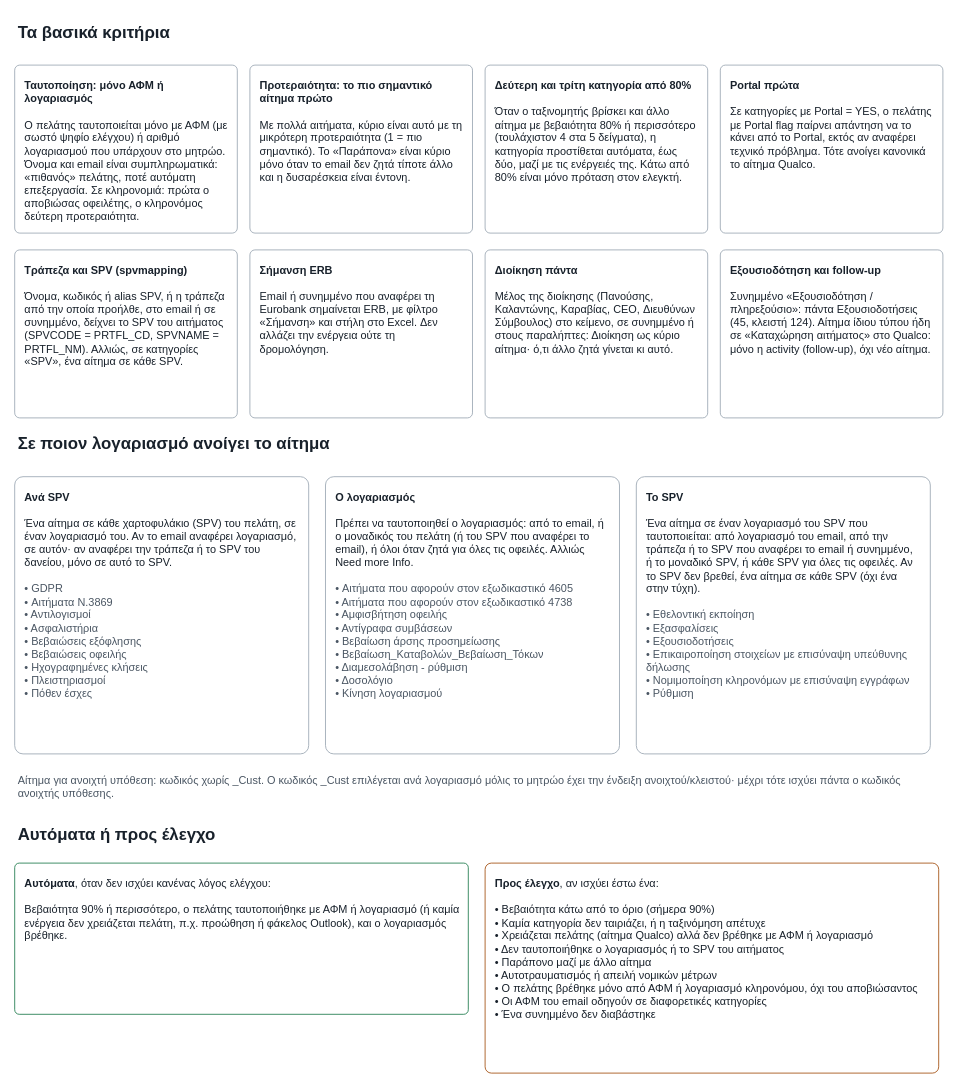
nicoleplak/email-classification keeps this draw.io diagram as page "2 Κριτήρια και λογαριασμός" (2 of 6) of docs/decision_rules.drawio. Above is the earlier version. Source tidied: cells renumbered, new cells numbered last; positions are measured from the earlier drawing's top-left corner, leaving out a move shared by most shapes. Both pictures are drawn from the tidied source at 84%, with x=0, y=0 at pixel (14, 14).
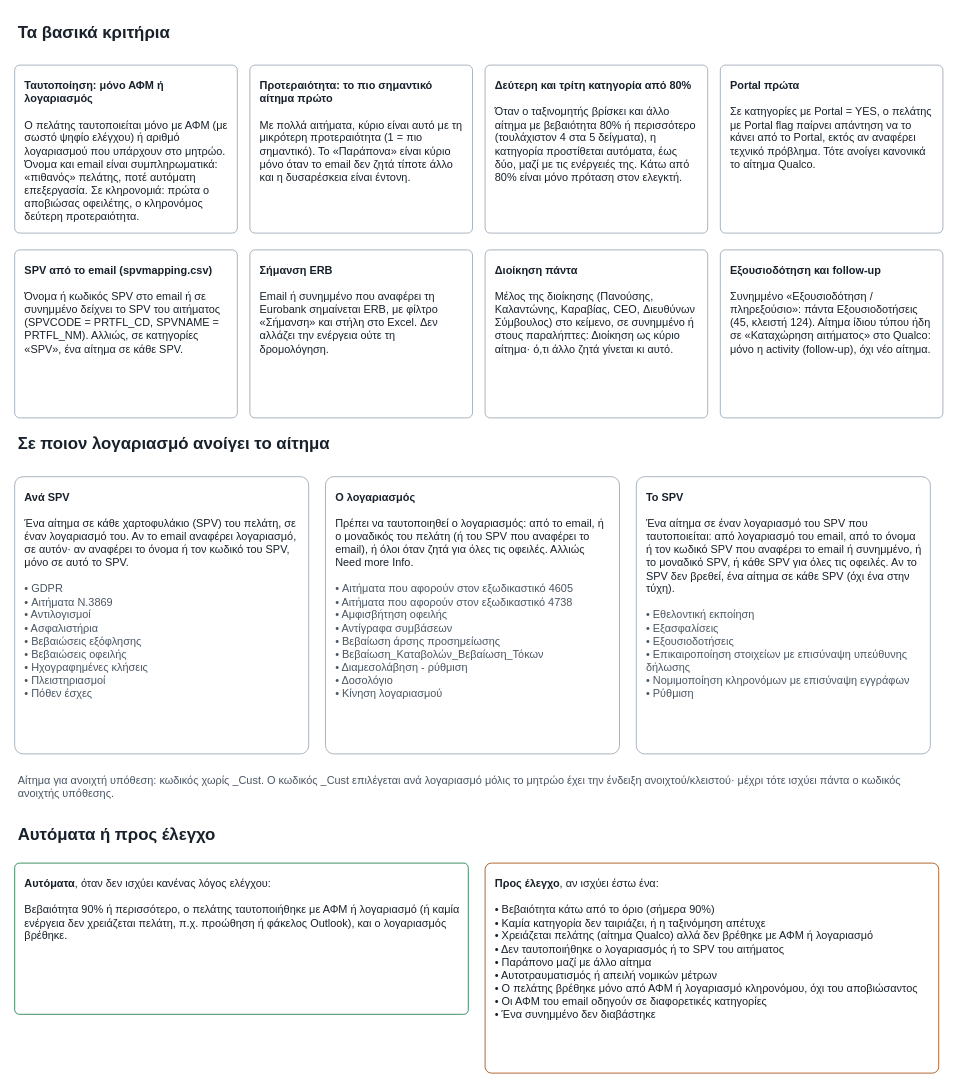
The same diagram, later.

What changed in the source:
```diff
@@
 <mxGraphModel>
   <root>
     <mxCell id="0" />
     <mxCell id="1" parent="0" />
     <mxCell id="2" value="&lt;b style=&quot;font-size:20px&quot;&gt;Τα βασικά κριτήρια&lt;/b&gt;" style="text;html=1;whiteSpace=wrap;align=left;verticalAlign=top;fontFamily=Helvetica;fontColor=#18212B;fontSize=13;spacing=4;" parent="1" vertex="1">
       <mxGeometry width="1100" height="40" as="geometry" />
     </mxCell>
     <mxCell id="3" value="&lt;b&gt;Ταυτοποίηση: μόνο ΑΦΜ ή λογαριασμός&lt;/b&gt;&lt;br&gt;&lt;br&gt;Ο πελάτης ταυτοποιείται μόνο με ΑΦΜ (με σωστό ψηφίο ελέγχου) ή αριθμό λογαριασμού που υπάρχουν στο μητρώο. Όνομα και email είναι συμπληρωματικά: «πιθανός» πελάτης, ποτέ αυτόματη επεξεργασία. Σε κληρονομιά: πρώτα ο αποβιώσας οφειλέτης, ο κληρονόμος δεύτερη προτεραιότητα." style="rounded=1;arcSize=3;whiteSpace=wrap;html=1;align=left;verticalAlign=top;spacing=12;fillColor=#FFFFFF;strokeColor=#9AA6B2;fontFamily=Helvetica;fontColor=#18212B;fontSize=12;fontSize=13;" parent="1" vertex="1">
       <mxGeometry y="60" width="265" height="200" as="geometry" />
     </mxCell>
     <mxCell id="4" value="&lt;b&gt;Προτεραιότητα: το πιο σημαντικό αίτημα πρώτο&lt;/b&gt;&lt;br&gt;&lt;br&gt;Με πολλά αιτήματα, κύριο είναι αυτό με τη μικρότερη προτεραιότητα (1 = πιο σημαντικό). Το «Παράπονα» είναι κύριο μόνο όταν το email δεν ζητά τίποτε άλλο και η δυσαρέσκεια είναι έντονη." style="rounded=1;arcSize=3;whiteSpace=wrap;html=1;align=left;verticalAlign=top;spacing=12;fillColor=#FFFFFF;strokeColor=#9AA6B2;fontFamily=Helvetica;fontColor=#18212B;fontSize=12;fontSize=13;" parent="1" vertex="1">
       <mxGeometry x="280" y="60" width="265" height="200" as="geometry" />
     </mxCell>
     <mxCell id="5" value="&lt;b&gt;Δεύτερη και τρίτη κατηγορία από 80%&lt;/b&gt;&lt;br&gt;&lt;br&gt;Όταν ο ταξινομητής βρίσκει και άλλο αίτημα με βεβαιότητα 80% ή περισσότερο (τουλάχιστον 4 στα 5 δείγματα), η κατηγορία προστίθεται αυτόματα, έως δύο, μαζί με τις ενέργειές της. Κάτω από 80% είναι μόνο πρόταση στον ελεγκτή." style="rounded=1;arcSize=3;whiteSpace=wrap;html=1;align=left;verticalAlign=top;spacing=12;fillColor=#FFFFFF;strokeColor=#9AA6B2;fontFamily=Helvetica;fontColor=#18212B;fontSize=12;fontSize=13;" parent="1" vertex="1">
       <mxGeometry x="560" y="60" width="265" height="200" as="geometry" />
     </mxCell>
     <mxCell id="6" value="&lt;b&gt;Portal πρώτα&lt;/b&gt;&lt;br&gt;&lt;br&gt;Σε κατηγορίες με Portal = YES, ο πελάτης με Portal flag παίρνει απάντηση να το κάνει από το Portal, εκτός αν αναφέρει τεχνικό πρόβλημα. Τότε ανοίγει κανονικά το αίτημα Qualco." style="rounded=1;arcSize=3;whiteSpace=wrap;html=1;align=left;verticalAlign=top;spacing=12;fillColor=#FFFFFF;strokeColor=#9AA6B2;fontFamily=Helvetica;fontColor=#18212B;fontSize=12;fontSize=13;" parent="1" vertex="1">
       <mxGeometry x="840" y="60" width="265" height="200" as="geometry" />
     </mxCell>
-    <mxCell id="7" value="&lt;b&gt;Τράπεζα και SPV (spvmapping)&lt;/b&gt;&lt;br&gt;&lt;br&gt;Όνομα, κωδικός ή alias SPV, ή η τράπεζα από την οποία προήλθε, στο email ή σε συνημμένο, δείχνει το SPV του αιτήματος (SPVCODE = PRTFL_CD, SPVNAME = PRTFL_NM). Αλλιώς, σε κατηγορίες «SPV», ένα αίτημα σε κάθε SPV." style="rounded=1;arcSize=3;whiteSpace=wrap;html=1;align=left;verticalAlign=top;spacing=12;fillColor=#FFFFFF;strokeColor=#9AA6B2;fontFamily=Helvetica;fontColor=#18212B;fontSize=12;fontSize=13;" parent="1" vertex="1">
+    <mxCell id="7" value="&lt;b&gt;SPV από το email (spvmapping.csv)&lt;/b&gt;&lt;br&gt;&lt;br&gt;Όνομα ή κωδικός SPV στο email ή σε συνημμένο δείχνει το SPV του αιτήματος (SPVCODE = PRTFL_CD, SPVNAME = PRTFL_NM). Αλλιώς, σε κατηγορίες «SPV», ένα αίτημα σε κάθε SPV." style="rounded=1;arcSize=3;whiteSpace=wrap;html=1;align=left;verticalAlign=top;spacing=12;fillColor=#FFFFFF;strokeColor=#9AA6B2;fontFamily=Helvetica;fontColor=#18212B;fontSize=12;fontSize=13;" parent="1" vertex="1">
       <mxGeometry y="280" width="265" height="200" as="geometry" />
     </mxCell>
     <mxCell id="8" value="&lt;b&gt;Σήμανση ERB&lt;/b&gt;&lt;br&gt;&lt;br&gt;Email ή συνημμένο που αναφέρει τη Eurobank σημαίνεται ERB, με φίλτρο «Σήμανση» και στήλη στο Excel. Δεν αλλάζει την ενέργεια ούτε τη δρομολόγηση." style="rounded=1;arcSize=3;whiteSpace=wrap;html=1;align=left;verticalAlign=top;spacing=12;fillColor=#FFFFFF;strokeColor=#9AA6B2;fontFamily=Helvetica;fontColor=#18212B;fontSize=12;fontSize=13;" parent="1" vertex="1">
       <mxGeometry x="280" y="280" width="265" height="200" as="geometry" />
     </mxCell>
     <mxCell id="9" value="&lt;b&gt;Διοίκηση πάντα&lt;/b&gt;&lt;br&gt;&lt;br&gt;Μέλος της διοίκησης (Πανούσης, Καλαντώνης, Καραβίας, CEO, Διευθύνων Σύμβουλος) στο κείμενο, σε συνημμένο ή στους παραλήπτες: Διοίκηση ως κύριο αίτημα· ό,τι άλλο ζητά γίνεται κι αυτό." style="rounded=1;arcSize=3;whiteSpace=wrap;html=1;align=left;verticalAlign=top;spacing=12;fillColor=#FFFFFF;strokeColor=#9AA6B2;fontFamily=Helvetica;fontColor=#18212B;fontSize=12;fontSize=13;" parent="1" vertex="1">
       <mxGeometry x="560" y="280" width="265" height="200" as="geometry" />
     </mxCell>
     <mxCell id="10" value="&lt;b&gt;Εξουσιοδότηση και follow-up&lt;/b&gt;&lt;br&gt;&lt;br&gt;Συνημμένο «Εξουσιοδότηση / πληρεξούσιο»: πάντα Εξουσιοδοτήσεις (45, κλειστή 124). Αίτημα ίδιου τύπου ήδη σε «Καταχώρηση αιτήματος» στο Qualco: μόνο η activity (follow-up), όχι νέο αίτημα." style="rounded=1;arcSize=3;whiteSpace=wrap;html=1;align=left;verticalAlign=top;spacing=12;fillColor=#FFFFFF;strokeColor=#9AA6B2;fontFamily=Helvetica;fontColor=#18212B;fontSize=12;fontSize=13;" parent="1" vertex="1">
       <mxGeometry x="840" y="280" width="265" height="200" as="geometry" />
     </mxCell>
     <mxCell id="11" value="&lt;b style=&quot;font-size:20px&quot;&gt;Σε ποιον λογαριασμό ανοίγει το αίτημα&lt;/b&gt;" style="text;html=1;whiteSpace=wrap;align=left;verticalAlign=top;fontFamily=Helvetica;fontColor=#18212B;fontSize=13;spacing=4;" parent="1" vertex="1">
       <mxGeometry y="490" width="1100" height="40" as="geometry" />
     </mxCell>
-    <mxCell id="12" value="&lt;b&gt;Ανά SPV&lt;/b&gt;&lt;br&gt;&lt;br&gt;Ένα αίτημα σε κάθε χαρτοφυλάκιο (SPV) του πελάτη, σε έναν λογαριασμό του. Αν το email αναφέρει λογαριασμό, σε αυτόν· αν αναφέρει την τράπεζα ή το SPV του δανείου, μόνο σε αυτό το SPV.&lt;br&gt;&lt;br&gt;&lt;font color=&quot;#4A5663&quot;&gt;• GDPR&lt;br&gt;• Αιτήματα Ν.3869&lt;br&gt;• Αντιλογισμοί&lt;br&gt;• Ασφαλιστήρια&lt;br&gt;• Βεβαιώσεις εξόφλησης&lt;br&gt;• Βεβαιώσεις οφειλής&lt;br&gt;• Ηχογραφημένες κλήσεις&lt;br&gt;• Πλειστηριασμοί&lt;br&gt;• Πόθεν έσχες&lt;/font&gt;" style="rounded=1;arcSize=3;whiteSpace=wrap;html=1;align=left;verticalAlign=top;spacing=12;fillColor=#FFFFFF;strokeColor=#9AA6B2;fontFamily=Helvetica;fontColor=#18212B;fontSize=12;fontSize=13;" parent="1" vertex="1">
+    <mxCell id="12" value="&lt;b&gt;Ανά SPV&lt;/b&gt;&lt;br&gt;&lt;br&gt;Ένα αίτημα σε κάθε χαρτοφυλάκιο (SPV) του πελάτη, σε έναν λογαριασμό του. Αν το email αναφέρει λογαριασμό, σε αυτόν· αν αναφέρει το όνομα ή τον κωδικό του SPV, μόνο σε αυτό το SPV.&lt;br&gt;&lt;br&gt;&lt;font color=&quot;#4A5663&quot;&gt;• GDPR&lt;br&gt;• Αιτήματα Ν.3869&lt;br&gt;• Αντιλογισμοί&lt;br&gt;• Ασφαλιστήρια&lt;br&gt;• Βεβαιώσεις εξόφλησης&lt;br&gt;• Βεβαιώσεις οφειλής&lt;br&gt;• Ηχογραφημένες κλήσεις&lt;br&gt;• Πλειστηριασμοί&lt;br&gt;• Πόθεν έσχες&lt;/font&gt;" style="rounded=1;arcSize=3;whiteSpace=wrap;html=1;align=left;verticalAlign=top;spacing=12;fillColor=#FFFFFF;strokeColor=#9AA6B2;fontFamily=Helvetica;fontColor=#18212B;fontSize=12;fontSize=13;" parent="1" vertex="1">
       <mxGeometry y="550" width="350" height="330" as="geometry" />
     </mxCell>
     <mxCell id="13" value="&lt;b&gt;Ο λογαριασμός&lt;/b&gt;&lt;br&gt;&lt;br&gt;Πρέπει να ταυτοποιηθεί ο λογαριασμός: από το email, ή ο μοναδικός του πελάτη (ή του SPV που αναφέρει το email), ή όλοι όταν ζητά για όλες τις οφειλές. Αλλιώς Need more Info.&lt;br&gt;&lt;br&gt;&lt;font color=&quot;#4A5663&quot;&gt;• Αιτήματα που αφορούν στον εξωδικαστικό 4605&lt;br&gt;• Αιτήματα που αφορούν στον εξωδικαστικό 4738&lt;br&gt;• Αμφισβήτηση οφειλής&lt;br&gt;• Αντίγραφα συμβάσεων&lt;br&gt;• Βεβαίωση άρσης προσημείωσης&lt;br&gt;• Βεβαίωση_Καταβολών_Βεβαίωση_Τόκων&lt;br&gt;• Διαμεσολάβηση - ρύθμιση&lt;br&gt;• Δοσολόγιο&lt;br&gt;• Κίνηση λογαριασμού&lt;/font&gt;" style="rounded=1;arcSize=3;whiteSpace=wrap;html=1;align=left;verticalAlign=top;spacing=12;fillColor=#FFFFFF;strokeColor=#9AA6B2;fontFamily=Helvetica;fontColor=#18212B;fontSize=12;fontSize=13;" parent="1" vertex="1">
       <mxGeometry x="370" y="550" width="350" height="330" as="geometry" />
     </mxCell>
-    <mxCell id="14" value="&lt;b&gt;Το SPV&lt;/b&gt;&lt;br&gt;&lt;br&gt;Ένα αίτημα σε έναν λογαριασμό του SPV που ταυτοποιείται: από λογαριασμό του email, από την τράπεζα ή το SPV που αναφέρει το email ή συνημμένο, ή το μοναδικό SPV, ή κάθε SPV για όλες τις οφειλές. Αν το SPV δεν βρεθεί, ένα αίτημα σε κάθε SPV (όχι ένα στην τύχη).&lt;br&gt;&lt;br&gt;&lt;font color=&quot;#4A5663&quot;&gt;• Εθελοντική εκποίηση&lt;br&gt;• Εξασφαλίσεις&lt;br&gt;• Εξουσιοδοτήσεις&lt;br&gt;• Επικαιροποίηση στοιχείων με επισύναψη υπεύθυνης δήλωσης&lt;br&gt;• Νομιμοποίηση κληρονόμων με επισύναψη εγγράφων&lt;br&gt;• Ρύθμιση&lt;/font&gt;" style="rounded=1;arcSize=3;whiteSpace=wrap;html=1;align=left;verticalAlign=top;spacing=12;fillColor=#FFFFFF;strokeColor=#9AA6B2;fontFamily=Helvetica;fontColor=#18212B;fontSize=12;fontSize=13;" parent="1" vertex="1">
+    <mxCell id="14" value="&lt;b&gt;Το SPV&lt;/b&gt;&lt;br&gt;&lt;br&gt;Ένα αίτημα σε έναν λογαριασμό του SPV που ταυτοποιείται: από λογαριασμό του email, από το όνομα ή τον κωδικό SPV που αναφέρει το email ή συνημμένο, ή το μοναδικό SPV, ή κάθε SPV για όλες τις οφειλές. Αν το SPV δεν βρεθεί, ένα αίτημα σε κάθε SPV (όχι ένα στην τύχη).&lt;br&gt;&lt;br&gt;&lt;font color=&quot;#4A5663&quot;&gt;• Εθελοντική εκποίηση&lt;br&gt;• Εξασφαλίσεις&lt;br&gt;• Εξουσιοδοτήσεις&lt;br&gt;• Επικαιροποίηση στοιχείων με επισύναψη υπεύθυνης δήλωσης&lt;br&gt;• Νομιμοποίηση κληρονόμων με επισύναψη εγγράφων&lt;br&gt;• Ρύθμιση&lt;/font&gt;" style="rounded=1;arcSize=3;whiteSpace=wrap;html=1;align=left;verticalAlign=top;spacing=12;fillColor=#FFFFFF;strokeColor=#9AA6B2;fontFamily=Helvetica;fontColor=#18212B;fontSize=12;fontSize=13;" parent="1" vertex="1">
       <mxGeometry x="740" y="550" width="350" height="330" as="geometry" />
     </mxCell>
     <mxCell id="15" value="&lt;font color=&quot;#4A5663&quot;&gt;Αίτημα για ανοιχτή υπόθεση: κωδικός χωρίς _Cust. Ο κωδικός _Cust επιλέγεται ανά λογαριασμό μόλις το μητρώο έχει την ένδειξη ανοιχτού/κλειστού· μέχρι τότε ισχύει πάντα ο κωδικός ανοιχτής υπόθεσης.&lt;/font&gt;" style="text;html=1;whiteSpace=wrap;align=left;verticalAlign=top;fontFamily=Helvetica;fontColor=#18212B;fontSize=13;spacing=4;" parent="1" vertex="1">
       <mxGeometry y="895" width="1100" height="40" as="geometry" />
     </mxCell>
     <mxCell id="16" value="&lt;b style=&quot;font-size:20px&quot;&gt;Αυτόματα ή προς έλεγχο&lt;/b&gt;" style="text;html=1;whiteSpace=wrap;align=left;verticalAlign=top;fontFamily=Helvetica;fontColor=#18212B;fontSize=13;spacing=4;" parent="1" vertex="1">
       <mxGeometry y="955" width="1100" height="40" as="geometry" />
     </mxCell>
     <mxCell id="17" value="&lt;b&gt;Αυτόματα&lt;/b&gt;, όταν δεν ισχύει κανένας λόγος ελέγχου:&lt;br&gt;&lt;br&gt;Βεβαιότητα 90% ή περισσότερο, ο πελάτης ταυτοποιήθηκε με ΑΦΜ ή λογαριασμό (ή καμία ενέργεια δεν χρειάζεται πελάτη, π.χ. προώθηση ή φάκελος Outlook), και ο λογαριασμός βρέθηκε." style="rounded=1;arcSize=3;whiteSpace=wrap;html=1;align=left;verticalAlign=top;spacing=12;fillColor=#FFFFFF;strokeColor=#9AA6B2;fontFamily=Helvetica;fontColor=#18212B;fontSize=12;fontSize=13;strokeColor=#1D7A4C;" parent="1" vertex="1">
       <mxGeometry y="1010" width="540" height="180" as="geometry" />
     </mxCell>
     <mxCell id="18" value="&lt;b&gt;Προς έλεγχο&lt;/b&gt;, αν ισχύει έστω ένα:&lt;br&gt;&lt;br&gt;• Βεβαιότητα κάτω από το όριο (σήμερα 90%)&lt;br&gt;• Καμία κατηγορία δεν ταιριάζει, ή η ταξινόμηση απέτυχε&lt;br&gt;• Χρειάζεται πελάτης (αίτημα Qualco) αλλά δεν βρέθηκε με ΑΦΜ ή λογαριασμό&lt;br&gt;• Δεν ταυτοποιήθηκε ο λογαριασμός ή το SPV του αιτήματος&lt;br&gt;• Παράπονο μαζί με άλλο αίτημα&lt;br&gt;• Αυτοτραυματισμός ή απειλή νομικών μέτρων&lt;br&gt;• Ο πελάτης βρέθηκε μόνο από ΑΦΜ ή λογαριασμό κληρονόμου, όχι του αποβιώσαντος&lt;br&gt;• Οι ΑΦΜ του email οδηγούν σε διαφορετικές κατηγορίες&lt;br&gt;• Ένα συνημμένο δεν διαβάστηκε" style="rounded=1;arcSize=3;whiteSpace=wrap;html=1;align=left;verticalAlign=top;spacing=12;fillColor=#FFFFFF;strokeColor=#9AA6B2;fontFamily=Helvetica;fontColor=#18212B;fontSize=12;fontSize=13;strokeColor=#A14D0E;" parent="1" vertex="1">
       <mxGeometry x="560" y="1010" width="540" height="250" as="geometry" />
     </mxCell>
   </root>
 </mxGraphModel>
```
